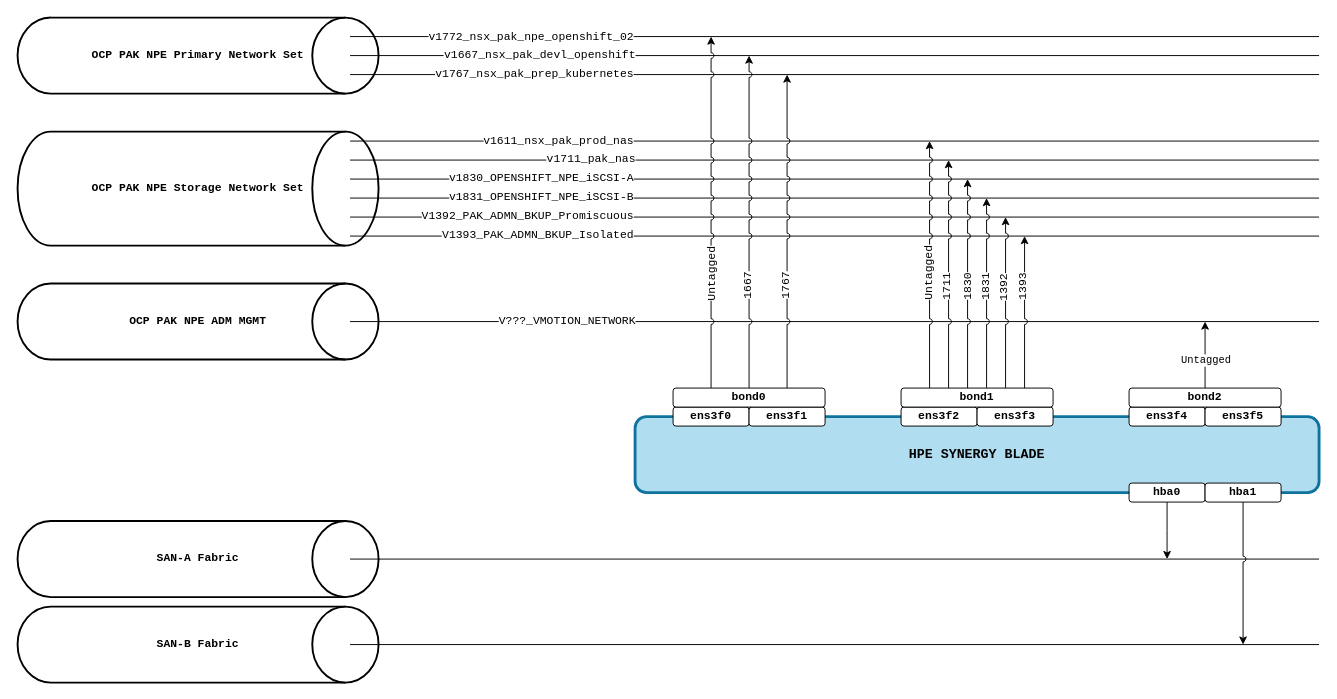
rustypan/diagrams keeps this draw.io diagram as ocp-virt-nets.drawio. Above is the earlier version. Source tidied: cells renumbered, new cells numbered last; positions are measured from the earlier drawing's top-left corner, leaving out a move shared by most shapes. Both pictures are drawn from the tidied source at 95%, with x=0, y=0 at pixel (17, 17).
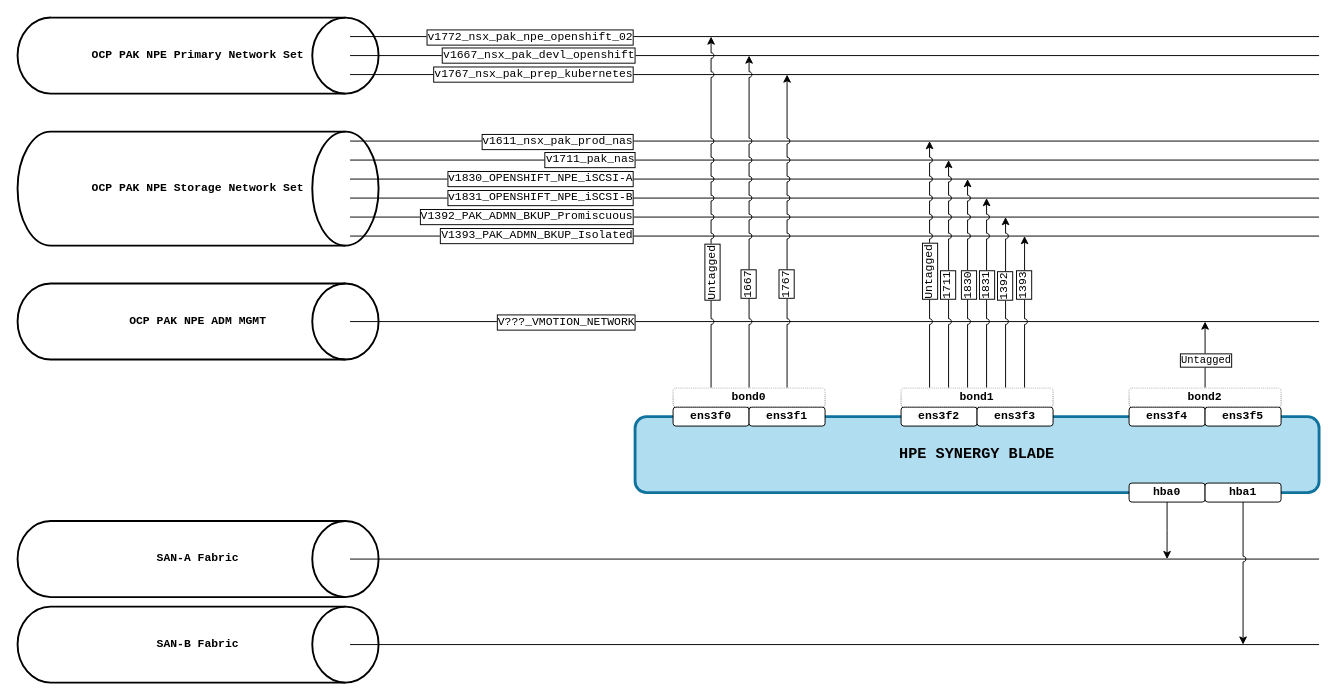
The same page after the edit.

The change refers to these unchanged cells:
```xml
<mxCell id="7" style="endArrow=none;html=1;rounded=0;strokeWidth=1;fontFamily=Courier New;" parent="1" edge="1">
  <mxGeometry relative="1" as="geometry">
    <mxPoint x="350" y="60" as="sourcePoint" />
    <mxPoint x="1370" y="60" as="targetPoint" />
  </mxGeometry>
</mxCell>
<mxCell id="9" style="endArrow=none;html=1;rounded=0;strokeWidth=1;fontFamily=Courier New;" parent="1" edge="1">
  <mxGeometry relative="1" as="geometry">
    <mxPoint x="350" y="40" as="sourcePoint" />
    <mxPoint x="1370" y="40" as="targetPoint" />
  </mxGeometry>
</mxCell>
<mxCell id="11" style="endArrow=none;html=1;rounded=0;strokeWidth=1;fontFamily=Courier New;labelPosition=center;verticalLabelPosition=middle;align=center;verticalAlign=middle;" parent="1" edge="1">
  <mxGeometry relative="1" as="geometry">
    <mxPoint x="350" y="20" as="sourcePoint" />
    <mxPoint x="1370" y="20" as="targetPoint" />
  </mxGeometry>
</mxCell>
<mxCell id="14" style="endArrow=none;html=1;rounded=0;strokeWidth=1;fontFamily=Courier New;" parent="1" edge="1">
  <mxGeometry relative="1" as="geometry">
    <mxPoint x="350" y="170" as="sourcePoint" />
    <mxPoint x="1370" y="170" as="targetPoint" />
  </mxGeometry>
</mxCell>
<mxCell id="16" style="endArrow=none;html=1;rounded=0;strokeWidth=1;fontFamily=Courier New;" parent="1" edge="1">
  <mxGeometry relative="1" as="geometry">
    <mxPoint x="350" y="150" as="sourcePoint" />
    <mxPoint x="1370" y="150" as="targetPoint" />
  </mxGeometry>
</mxCell>
<mxCell id="18" style="endArrow=none;html=1;rounded=0;strokeWidth=1;fontFamily=Courier New;" parent="1" edge="1">
  <mxGeometry relative="1" as="geometry">
    <mxPoint x="350" y="130" as="sourcePoint" />
    <mxPoint x="1370" y="130" as="targetPoint" />
  </mxGeometry>
</mxCell>
<mxCell id="20" style="endArrow=none;html=1;rounded=0;strokeWidth=1;fontFamily=Courier New;" parent="1" edge="1">
  <mxGeometry relative="1" as="geometry">
    <mxPoint x="350" y="190" as="sourcePoint" />
    <mxPoint x="1370" y="190" as="targetPoint" />
  </mxGeometry>
</mxCell>
<mxCell id="22" style="endArrow=none;html=1;rounded=0;strokeWidth=1;fontFamily=Courier New;" parent="1" edge="1">
  <mxGeometry relative="1" as="geometry">
    <mxPoint x="350" y="210" as="sourcePoint" />
    <mxPoint x="1370" y="210" as="targetPoint" />
  </mxGeometry>
</mxCell>
<mxCell id="24" style="endArrow=none;html=1;rounded=0;strokeWidth=1;fontFamily=Courier New;" parent="1" edge="1">
  <mxGeometry relative="1" as="geometry">
    <mxPoint x="350" y="230" as="sourcePoint" />
    <mxPoint x="1370" y="230" as="targetPoint" />
  </mxGeometry>
</mxCell>
<mxCell id="29" style="edgeStyle=orthogonalEdgeStyle;rounded=0;jettySize=auto;html=1;exitX=0.25;exitY=0;exitDx=0;exitDy=0;jumpStyle=arc;fontFamily=Courier New;" parent="1" edge="1" source="52">
  <mxGeometry relative="1" as="geometry">
    <mxPoint x="730" y="20" as="targetPoint" />
  </mxGeometry>
</mxCell>
<mxCell id="31" style="edgeStyle=orthogonalEdgeStyle;rounded=0;jettySize=auto;html=1;exitX=0.5;exitY=0;exitDx=0;exitDy=0;jumpStyle=arc;fontFamily=Courier New;" parent="1" edge="1" source="52">
  <mxGeometry relative="1" as="geometry">
    <mxPoint x="770" y="40" as="targetPoint" />
  </mxGeometry>
</mxCell>
<mxCell id="33" style="edgeStyle=orthogonalEdgeStyle;rounded=0;jettySize=auto;html=1;exitX=0.75;exitY=0;exitDx=0;exitDy=0;jumpStyle=arc;fontFamily=Courier New;" parent="1" edge="1" source="52">
  <mxGeometry relative="1" as="geometry">
    <mxPoint x="810" y="60" as="targetPoint" />
  </mxGeometry>
</mxCell>
<mxCell id="35" style="edgeStyle=orthogonalEdgeStyle;rounded=0;orthogonalLoop=1;jettySize=auto;html=1;exitX=0.25;exitY=0;exitDx=0;exitDy=0;jumpStyle=arc;fontFamily=Courier New;" parent="1" edge="1">
  <mxGeometry relative="1" as="geometry">
    <mxPoint x="960" y="390" as="sourcePoint" />
    <mxPoint x="960" y="130" as="targetPoint" />
  </mxGeometry>
</mxCell>
<mxCell id="37" style="edgeStyle=orthogonalEdgeStyle;rounded=0;orthogonalLoop=1;jettySize=auto;html=1;exitX=0.25;exitY=0;exitDx=0;exitDy=0;jumpStyle=arc;fontFamily=Courier New;" parent="1" edge="1">
  <mxGeometry relative="1" as="geometry">
    <mxPoint x="980" y="390" as="sourcePoint" />
    <mxPoint x="980" y="150" as="targetPoint" />
  </mxGeometry>
</mxCell>
<mxCell id="39" style="edgeStyle=orthogonalEdgeStyle;rounded=0;orthogonalLoop=1;jettySize=auto;html=1;jumpStyle=arc;fontFamily=Courier New;" parent="1" edge="1">
  <mxGeometry relative="1" as="geometry">
    <mxPoint x="1000" y="390" as="sourcePoint" />
    <mxPoint x="1000" y="170" as="targetPoint" />
  </mxGeometry>
</mxCell>
<mxCell id="41" style="edgeStyle=orthogonalEdgeStyle;rounded=0;orthogonalLoop=1;jettySize=auto;html=1;jumpStyle=arc;fontFamily=Courier New;" parent="1" edge="1">
  <mxGeometry relative="1" as="geometry">
    <mxPoint x="1020" y="390" as="sourcePoint" />
    <mxPoint x="1020" y="190" as="targetPoint" />
  </mxGeometry>
</mxCell>
<mxCell id="43" style="edgeStyle=orthogonalEdgeStyle;rounded=0;orthogonalLoop=1;jettySize=auto;html=1;jumpStyle=arc;fontFamily=Courier New;" parent="1" edge="1">
  <mxGeometry relative="1" as="geometry">
    <mxPoint x="1040" y="390" as="sourcePoint" />
    <mxPoint x="1040" y="210" as="targetPoint" />
  </mxGeometry>
</mxCell>
<mxCell id="45" style="edgeStyle=orthogonalEdgeStyle;rounded=0;orthogonalLoop=1;jettySize=auto;html=1;jumpStyle=arc;fontFamily=Courier New;" parent="1" edge="1">
  <mxGeometry relative="1" as="geometry">
    <mxPoint x="1060" y="390" as="sourcePoint" />
    <mxPoint x="1060" y="230" as="targetPoint" />
  </mxGeometry>
</mxCell>
<mxCell id="56" style="edgeStyle=orthogonalEdgeStyle;rounded=0;jettySize=auto;html=1;exitX=0.5;exitY=0;exitDx=0;exitDy=0;fontFamily=Courier New;" parent="1" edge="1" source="58">
  <mxGeometry relative="1" as="geometry">
    <mxPoint x="1250" y="320" as="targetPoint" />
  </mxGeometry>
</mxCell>
```

What changed in the source:
```diff
@@
-    <mxCell id="8" value="v1767_nsx_pak_prep_kubernetes" style="edgeLabel;html=1;align=right;verticalAlign=middle;fontFamily=Courier New;labelPosition=left;verticalLabelPosition=middle;fontSize=12;" parent="7" vertex="1">
+    <mxCell id="8" value="v1767_nsx_pak_prep_kubernetes" style="edgeLabel;html=1;align=right;verticalAlign=middle;fontFamily=Courier New;labelPosition=left;verticalLabelPosition=middle;fontSize=12;labelBorderColor=default;" parent="7" vertex="1">
       <mxGeometry y="1" relative="1" as="geometry">
         <mxPoint x="-211" as="offset" />
       </mxGeometry>
     </mxCell>
@@
-    <mxCell id="10" value="v1667_nsx_pak_devl_openshift" style="edgeLabel;html=1;align=right;verticalAlign=middle;labelPosition=left;verticalLabelPosition=middle;fontFamily=Courier New;fontSize=12;" parent="9" vertex="1">
+    <mxCell id="10" value="v1667_nsx_pak_devl_openshift" style="edgeLabel;html=1;align=right;verticalAlign=middle;labelPosition=left;verticalLabelPosition=middle;fontFamily=Courier New;fontSize=12;labelBorderColor=default;" parent="9" vertex="1">
       <mxGeometry x="-0.02" y="1" relative="1" as="geometry">
         <mxPoint x="-199" as="offset" />
       </mxGeometry>
     </mxCell>
@@
-    <mxCell id="12" value="v1772_nsx_pak_npe_openshift_02" style="edgeLabel;html=1;align=right;verticalAlign=middle;labelPosition=left;verticalLabelPosition=middle;fontFamily=Courier New;fontSize=12;" parent="11" vertex="1">
+    <mxCell id="12" value="v1772_nsx_pak_npe_openshift_02" style="edgeLabel;html=1;align=right;verticalAlign=middle;labelPosition=left;verticalLabelPosition=middle;fontFamily=Courier New;fontSize=12;labelBorderColor=default;" parent="11" vertex="1">
       <mxGeometry x="-0.05" y="3" relative="1" as="geometry">
         <mxPoint x="-186" y="3" as="offset" />
       </mxGeometry>
     </mxCell>
@@
-    <mxCell id="15" value="v1830_OPENSHIFT_NPE_iSCSI-A" style="edgeLabel;html=1;align=right;verticalAlign=middle;fontFamily=Courier New;labelPosition=left;verticalLabelPosition=middle;fontSize=12;" parent="14" vertex="1">
+    <mxCell id="15" value="v1830_OPENSHIFT_NPE_iSCSI-A" style="edgeLabel;html=1;align=right;verticalAlign=middle;fontFamily=Courier New;labelPosition=left;verticalLabelPosition=middle;fontSize=12;labelBorderColor=default;" parent="14" vertex="1">
       <mxGeometry y="1" relative="1" as="geometry">
         <mxPoint x="-211" as="offset" />
       </mxGeometry>
     </mxCell>
@@
-    <mxCell id="17" value="v1711_pak_nas" style="edgeLabel;html=1;align=right;verticalAlign=middle;labelPosition=left;verticalLabelPosition=middle;fontFamily=Courier New;fontSize=12;" parent="16" vertex="1">
+    <mxCell id="17" value="v1711_pak_nas" style="edgeLabel;html=1;align=right;verticalAlign=middle;labelPosition=left;verticalLabelPosition=middle;fontFamily=Courier New;fontSize=12;labelBorderColor=default;" parent="16" vertex="1">
       <mxGeometry x="-0.02" y="1" relative="1" as="geometry">
         <mxPoint x="-199" as="offset" />
       </mxGeometry>
     </mxCell>
@@
-    <mxCell id="19" value="v1611_nsx_pak_prod_nas" style="edgeLabel;html=1;align=right;verticalAlign=middle;labelPosition=left;verticalLabelPosition=middle;fontFamily=Courier New;fontSize=12;" parent="18" vertex="1">
+    <mxCell id="19" value="v1611_nsx_pak_prod_nas" style="edgeLabel;html=1;align=right;verticalAlign=middle;labelPosition=left;verticalLabelPosition=middle;fontFamily=Courier New;fontSize=12;labelBorderColor=default;" parent="18" vertex="1">
       <mxGeometry x="-0.05" y="3" relative="1" as="geometry">
         <mxPoint x="-186" y="3" as="offset" />
       </mxGeometry>
     </mxCell>
@@
-    <mxCell id="21" value="v1831_OPENSHIFT_NPE_iSCSI-B" style="edgeLabel;html=1;align=right;verticalAlign=middle;fontFamily=Courier New;labelPosition=left;verticalLabelPosition=middle;fontSize=12;" parent="20" vertex="1">
+    <mxCell id="21" value="v1831_OPENSHIFT_NPE_iSCSI-B" style="edgeLabel;html=1;align=right;verticalAlign=middle;fontFamily=Courier New;labelPosition=left;verticalLabelPosition=middle;fontSize=12;labelBorderColor=default;" parent="20" vertex="1">
       <mxGeometry y="1" relative="1" as="geometry">
         <mxPoint x="-211" as="offset" />
       </mxGeometry>
     </mxCell>
@@
-    <mxCell id="23" value="V1392_PAK_ADMN_BKUP_Promiscuous" style="edgeLabel;html=1;align=right;verticalAlign=middle;fontFamily=Courier New;labelPosition=left;verticalLabelPosition=middle;fontSize=12;" parent="22" vertex="1">
+    <mxCell id="23" value="V1392_PAK_ADMN_BKUP_Promiscuous" style="edgeLabel;html=1;align=right;verticalAlign=middle;fontFamily=Courier New;labelPosition=left;verticalLabelPosition=middle;fontSize=12;labelBorderColor=default;" parent="22" vertex="1">
       <mxGeometry y="1" relative="1" as="geometry">
         <mxPoint x="-211" as="offset" />
       </mxGeometry>
     </mxCell>
@@
-    <mxCell id="25" value="V1393_PAK_ADMN_BKUP_Isolated" style="edgeLabel;html=1;align=right;verticalAlign=middle;fontFamily=Courier New;labelPosition=left;verticalLabelPosition=middle;fontSize=12;" parent="24" vertex="1">
+    <mxCell id="25" value="V1393_PAK_ADMN_BKUP_Isolated" style="edgeLabel;html=1;align=right;verticalAlign=middle;fontFamily=Courier New;labelPosition=left;verticalLabelPosition=middle;fontSize=12;labelBorderColor=default;" parent="24" vertex="1">
       <mxGeometry y="1" relative="1" as="geometry">
         <mxPoint x="-211" as="offset" />
       </mxGeometry>
     </mxCell>
@@
-    <mxCell id="27" style="endArrow=none;html=1;rounded=0;strokeWidth=1;fontFamily=Courier New;" parent="1" edge="1">
+    <mxCell id="27" style="endArrow=none;html=1;rounded=0;strokeWidth=1;fontFamily=Courier New;backgroundOutline=0;" parent="1" edge="1">
       <mxGeometry relative="1" as="geometry">
         <mxPoint x="350" y="320" as="sourcePoint" />
         <mxPoint x="1370" y="320" as="targetPoint" />
       </mxGeometry>
     </mxCell>
-    <mxCell id="28" value="V???_VMOTION_NETWORK" style="edgeLabel;html=1;align=right;verticalAlign=middle;labelPosition=left;verticalLabelPosition=middle;fontFamily=Courier New;fontSize=12;" parent="27" vertex="1">
+    <mxCell id="28" value="V???_VMOTION_NETWORK" style="edgeLabel;html=1;align=right;verticalAlign=middle;labelPosition=left;verticalLabelPosition=middle;fontFamily=Courier New;fontSize=12;labelBackgroundColor=default;labelBorderColor=default;perimeter=rectanglePerimeter;noLabel=0;fillOpacity=0;textShadow=0;spacing=2;spacingLeft=0;spacingRight=0;spacingTop=0;" parent="27" vertex="1">
       <mxGeometry x="-0.02" y="1" relative="1" as="geometry">
-        <mxPoint x="-199" as="offset" />
+        <mxPoint x="-199" y="1" as="offset" />
       </mxGeometry>
     </mxCell>
@@
-    <mxCell id="30" value="Untagged" style="edgeLabel;html=1;align=left;verticalAlign=middle;horizontal=0;labelPosition=right;verticalLabelPosition=middle;fontFamily=Courier New;fontSize=12;" parent="29" vertex="1">
+    <mxCell id="30" value="Untagged" style="edgeLabel;html=1;align=left;verticalAlign=middle;horizontal=0;labelPosition=right;verticalLabelPosition=middle;fontFamily=Courier New;fontSize=12;labelBorderColor=default;" parent="29" vertex="1">
       <mxGeometry x="-0.38" y="-1" relative="1" as="geometry">
         <mxPoint y="26" as="offset" />
       </mxGeometry>
     </mxCell>
@@
-    <mxCell id="32" value="1667" style="edgeLabel;html=1;align=left;verticalAlign=middle;horizontal=0;labelPosition=right;verticalLabelPosition=middle;fontFamily=Courier New;fontSize=12;" parent="31" vertex="1">
+    <mxCell id="32" value="1667" style="edgeLabel;html=1;align=left;verticalAlign=middle;horizontal=0;labelPosition=right;verticalLabelPosition=middle;fontFamily=Courier New;fontSize=12;labelBorderColor=default;" parent="31" vertex="1">
       <mxGeometry x="-0.38" y="1" relative="1" as="geometry">
         <mxPoint y="18" as="offset" />
       </mxGeometry>
     </mxCell>
@@
-    <mxCell id="34" value="1767" style="edgeLabel;html=1;align=left;verticalAlign=middle;horizontal=0;labelPosition=right;verticalLabelPosition=middle;fontFamily=Courier New;fontSize=12;" parent="33" vertex="1">
+    <mxCell id="34" value="1767" style="edgeLabel;html=1;align=left;verticalAlign=middle;horizontal=0;labelPosition=right;verticalLabelPosition=middle;fontFamily=Courier New;fontSize=12;labelBorderColor=default;" parent="33" vertex="1">
       <mxGeometry x="-0.45" y="1" relative="1" as="geometry" />
     </mxCell>
@@
-    <mxCell id="36" value="Untagged" style="edgeLabel;html=1;align=left;verticalAlign=middle;horizontal=0;labelPosition=right;verticalLabelPosition=middle;fontFamily=Courier New;fontSize=12;" parent="35" vertex="1">
+    <mxCell id="36" value="Untagged" style="edgeLabel;html=1;align=left;verticalAlign=middle;horizontal=0;labelPosition=right;verticalLabelPosition=middle;fontFamily=Courier New;fontSize=12;labelBorderColor=default;" parent="35" vertex="1">
       <mxGeometry x="0.1" y="3" relative="1" as="geometry">
         <mxPoint x="3" y="53" as="offset" />
       </mxGeometry>
     </mxCell>
@@
-    <mxCell id="38" value="1711" style="edgeLabel;html=1;align=left;verticalAlign=middle;labelPosition=right;verticalLabelPosition=middle;horizontal=0;fontFamily=Courier New;fontSize=12;" parent="37" vertex="1">
+    <mxCell id="38" value="1711" style="edgeLabel;html=1;align=left;verticalAlign=middle;labelPosition=right;verticalLabelPosition=middle;horizontal=0;fontFamily=Courier New;fontSize=12;labelBorderColor=default;" parent="37" vertex="1">
       <mxGeometry x="-0.22" y="1" relative="1" as="geometry">
         <mxPoint y="4" as="offset" />
       </mxGeometry>
     </mxCell>
@@
-    <mxCell id="40" value="1830" style="edgeLabel;html=1;align=left;verticalAlign=middle;labelPosition=right;verticalLabelPosition=middle;horizontal=0;fontFamily=Courier New;fontSize=12;" parent="39" vertex="1">
+    <mxCell id="40" value="1830" style="edgeLabel;html=1;align=left;verticalAlign=middle;labelPosition=right;verticalLabelPosition=middle;horizontal=0;fontFamily=Courier New;fontSize=12;labelBorderColor=default;" parent="39" vertex="1">
       <mxGeometry x="-0.13" y="-1" relative="1" as="geometry">
         <mxPoint y="6" as="offset" />
       </mxGeometry>
     </mxCell>
@@
-    <mxCell id="42" value="1831" style="edgeLabel;html=1;align=left;verticalAlign=middle;labelPosition=right;verticalLabelPosition=middle;horizontal=0;fontFamily=Courier New;fontSize=12;" parent="41" vertex="1">
+    <mxCell id="42" value="1831" style="edgeLabel;html=1;align=left;verticalAlign=middle;labelPosition=right;verticalLabelPosition=middle;horizontal=0;fontFamily=Courier New;fontSize=12;labelBorderColor=default;" parent="41" vertex="1">
       <mxGeometry x="0.03" relative="1" as="geometry">
         <mxPoint y="13" as="offset" />
       </mxGeometry>
     </mxCell>
@@
-    <mxCell id="44" value="1392" style="edgeLabel;html=1;align=left;verticalAlign=middle;labelPosition=right;verticalLabelPosition=middle;horizontal=0;fontFamily=Courier New;fontSize=12;" parent="43" vertex="1">
+    <mxCell id="44" value="1392" style="edgeLabel;html=1;align=left;verticalAlign=middle;labelPosition=right;verticalLabelPosition=middle;horizontal=0;fontFamily=Courier New;fontSize=12;labelBorderColor=default;" parent="43" vertex="1">
       <mxGeometry x="0.06" y="1" relative="1" as="geometry">
         <mxPoint y="6" as="offset" />
       </mxGeometry>
     </mxCell>
@@
-    <mxCell id="46" value="1393" style="edgeLabel;html=1;align=left;verticalAlign=middle;labelPosition=right;verticalLabelPosition=middle;horizontal=0;fontFamily=Courier New;fontSize=12;" parent="45" vertex="1">
+    <mxCell id="46" value="1393" style="edgeLabel;html=1;align=left;verticalAlign=middle;labelPosition=right;verticalLabelPosition=middle;horizontal=0;fontFamily=Courier New;fontSize=12;labelBorderColor=default;" parent="45" vertex="1">
       <mxGeometry x="0.2" y="1" relative="1" as="geometry">
         <mxPoint y="6" as="offset" />
       </mxGeometry>
     </mxCell>
-    <mxCell id="47" value="&lt;span&gt;&lt;font style=&quot;font-size: 14px;&quot;&gt;HPE SYNERGY BLADE&lt;/font&gt;&lt;/span&gt;" style="rounded=1;whiteSpace=wrap;html=1;fontFamily=Courier New;strokeWidth=3;fontStyle=1;fillColor=#b1ddf0;strokeColor=#10739e;" parent="1" vertex="1">
+    <mxCell id="47" value="&lt;span&gt;&lt;font style=&quot;font-size: 16px;&quot;&gt;HPE SYNERGY BLADE&lt;/font&gt;&lt;/span&gt;" style="rounded=1;whiteSpace=wrap;html=1;fontFamily=Courier New;strokeWidth=3;fontStyle=1;fillColor=#b1ddf0;strokeColor=#10739e;" parent="1" vertex="1">
       <mxGeometry x="650" y="420" width="720" height="80" as="geometry" />
     </mxCell>
@@
-    <mxCell id="52" value="bond0" style="rounded=1;whiteSpace=wrap;html=1;fontFamily=Courier New;fillColor=#FFFFFF;fontStyle=1;" parent="1" vertex="1">
+    <mxCell id="52" value="bond0" style="rounded=1;whiteSpace=wrap;html=1;fontFamily=Courier New;fillColor=light-dark(#FFFFFF,#007BFF);fontStyle=1;glass=1;dashed=1;dashPattern=1 1;opacity=50;" parent="1" vertex="1">
       <mxGeometry x="690" y="390" width="160" height="20" as="geometry" />
     </mxCell>
@@
-    <mxCell id="55" value="bond1" style="rounded=1;whiteSpace=wrap;html=1;fontFamily=Courier New;fontStyle=1;" parent="1" vertex="1">
+    <mxCell id="55" value="bond1" style="rounded=1;whiteSpace=wrap;html=1;fontFamily=Courier New;fontStyle=1;fillColor=light-dark(#FFFFFF,#FF5722);glass=1;dashed=1;dashPattern=1 1;opacity=50;" parent="1" vertex="1">
       <mxGeometry x="930" y="390" width="160" height="20" as="geometry" />
     </mxCell>
@@
-    <mxCell id="57" value="Untagged" style="edgeLabel;html=1;align=center;verticalAlign=middle;fontFamily=Courier New;" parent="56" vertex="1">
+    <mxCell id="57" value="Untagged" style="edgeLabel;html=1;align=center;verticalAlign=middle;fontFamily=Courier New;labelBorderColor=default;" parent="56" vertex="1">
       <mxGeometry x="-0.16" relative="1" as="geometry" />
     </mxCell>
-    <mxCell id="58" value="bond2" style="rounded=1;whiteSpace=wrap;html=1;fontFamily=Courier New;fontStyle=1;" parent="1" vertex="1">
+    <mxCell id="58" value="bond2" style="rounded=1;whiteSpace=wrap;html=1;fontFamily=Courier New;fontStyle=1;fillColor=light-dark(#FFFFFF,#2ECC71);glass=1;shadow=0;dashed=1;dashPattern=1 1;opacity=50;" parent="1" vertex="1">
       <mxGeometry x="1170" y="390" width="160" height="20" as="geometry" />
     </mxCell>
```
